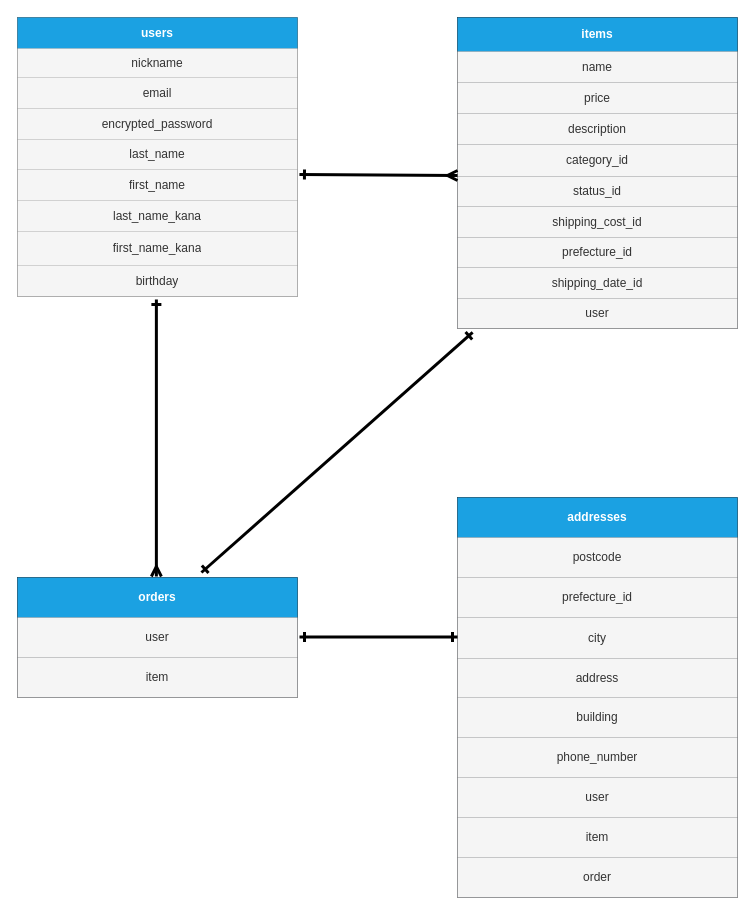
Before: app/furima-37877.dio in yui0223/furima-37877, a draw.io diagram. Source tidied: cells renumbered, new cells numbered last; positions are measured from the earlier drawing's top-left corner, leaving out a move shared by most shapes. Both pictures are drawn from the tidied source at 100%, with x=0, y=0 at pixel (17, 17).
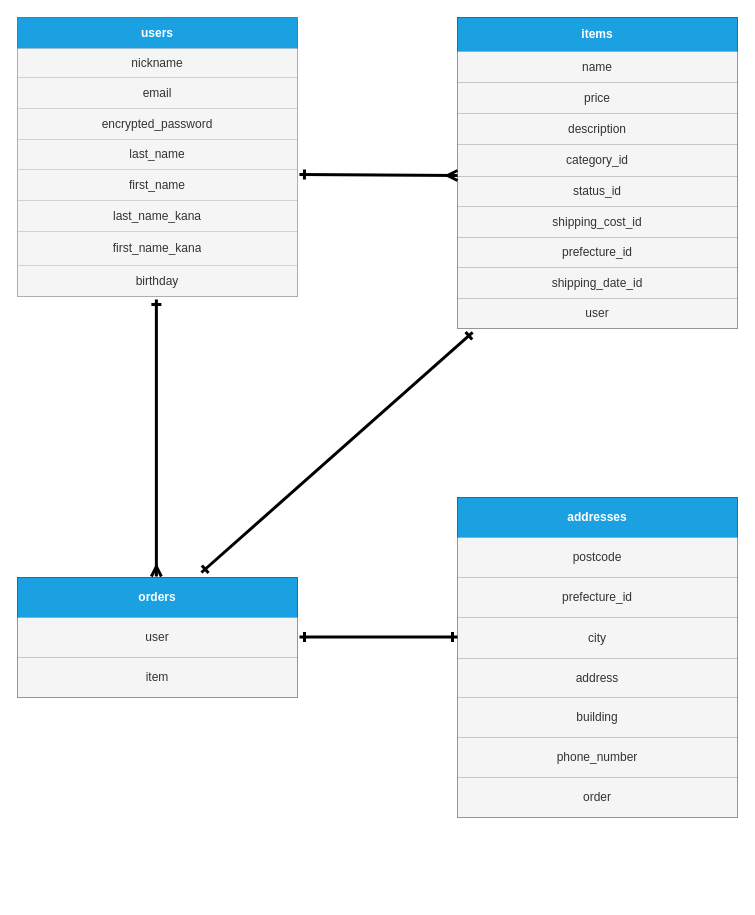
After the change.

Commit message (it also covers changes not shown here):
データベース設計10

The edit, as a diff of the source:
```diff
@@
     <mxCell id="49" style="shape=table;startSize=0;childLayout=tableLayout;fillColor=#eeeeee;strokeColor=#36393d;fontColor=#000000;" parent="1" vertex="1">
-      <mxGeometry x="440" y="480" width="280" height="400" as="geometry" />
+      <mxGeometry x="440" y="480" width="280" height="320" as="geometry" />
     </mxCell>
@@
-    <mxCell id="64" style="shape=partialRectangle;fillColor=none;top=0;left=0;bottom=0;right=0;strokeColor=default;" parent="49" vertex="1">
-      <mxGeometry y="280" width="280" height="40" as="geometry" />
-    </mxCell>
-    <mxCell id="65" value="user" style="shape=partialRectangle;html=1;whiteSpace=wrap;overflow=hidden;top=0;left=0;bottom=0;right=0;fillColor=#f5f5f5;fontColor=#333333;strokeColor=#666666;" parent="64" vertex="1">
-      <mxGeometry width="280" height="40" as="geometry" />
-    </mxCell>
-    <mxCell id="66" style="shape=partialRectangle;fillColor=none;top=0;left=0;bottom=0;right=0;strokeColor=default;" parent="49" vertex="1">
-      <mxGeometry y="320" width="280" height="40" as="geometry" />
-    </mxCell>
-    <mxCell id="67" value="item" style="shape=partialRectangle;html=1;whiteSpace=wrap;overflow=hidden;top=0;left=0;bottom=0;right=0;fillColor=#f5f5f5;fontColor=#333333;strokeColor=#666666;" parent="66" vertex="1">
-      <mxGeometry width="280" height="40" as="geometry" />
-    </mxCell>
     <mxCell id="68" style="shape=partialRectangle;fillColor=none;top=0;left=0;bottom=0;right=0;strokeColor=default;" parent="49" vertex="1">
-      <mxGeometry y="360" width="280" height="40" as="geometry" />
+      <mxGeometry y="280" width="280" height="40" as="geometry" />
     </mxCell>
```
